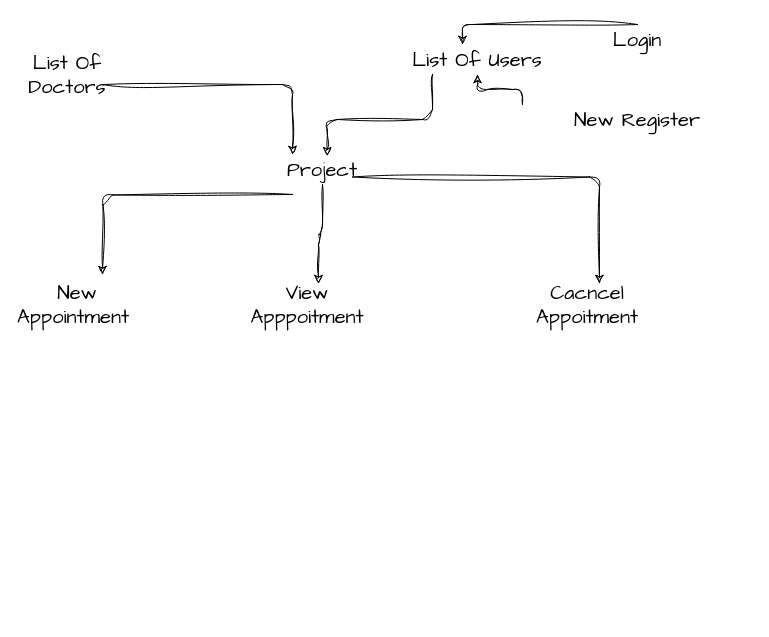
Before: idea.drawio in harshsaxena213/City-Hospital, a draw.io diagram. Source tidied: cells renumbered, new cells numbered last; positions are measured from the earlier drawing's top-left corner, leaving out a move shared by most shapes. Both pictures are drawn from the tidied source at 100%, with x=0, y=0 at pixel (32, 24).
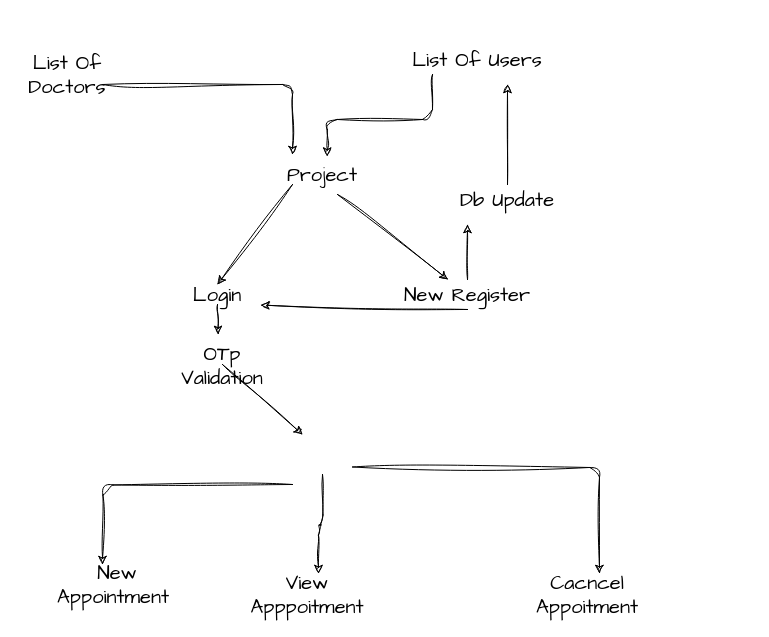
Above is the later version.

Commit message (it also covers changes not shown here):
Otp Validation Functionality Added To Secure The User Login

Unchanged cells that the change refers to:
```xml
<mxCell id="9" value="List Of Users" style="text;strokeColor=none;align=center;fillColor=none;html=1;verticalAlign=middle;whiteSpace=wrap;rounded=0;sketch=1;hachureGap=4;jiggle=2;curveFitting=1;fontFamily=Architects Daughter;fontSize=20;" parent="1" vertex="1">
  <mxGeometry x="330" y="20" width="230" height="30" as="geometry" />
</mxCell>
```

Change to the diagram source:
```diff
@@
     <mxCell id="2" style="edgeStyle=orthogonalEdgeStyle;sketch=1;hachureGap=4;jiggle=2;curveFitting=1;html=1;fontFamily=Architects Daughter;fontSize=16;" parent="1" edge="1">
       <mxGeometry relative="1" as="geometry">
-        <mxPoint x="260" y="170" as="sourcePoint" />
-        <mxPoint x="70" y="250" as="targetPoint" />
+        <mxPoint x="260" y="460" as="sourcePoint" />
+        <mxPoint x="70" y="540" as="targetPoint" />
       </mxGeometry>
     </mxCell>
-    <mxCell id="3" style="edgeStyle=orthogonalEdgeStyle;sketch=1;hachureGap=4;jiggle=2;curveFitting=1;html=1;exitX=0.5;exitY=1;exitDx=0;exitDy=0;entryX=0.657;entryY=-0.025;entryDx=0;entryDy=0;entryPerimeter=0;fontFamily=Architects Daughter;fontSize=16;" parent="1" edge="1" source="5" target="15">
-      <mxGeometry relative="1" as="geometry" />
+    <mxCell id="3" style="edgeStyle=orthogonalEdgeStyle;sketch=1;hachureGap=4;jiggle=2;curveFitting=1;html=1;exitX=0.5;exitY=1;exitDx=0;exitDy=0;entryX=0.657;entryY=-0.025;entryDx=0;entryDy=0;entryPerimeter=0;fontFamily=Architects Daughter;fontSize=16;" parent="1" edge="1" target="15">
+      <mxGeometry relative="1" as="geometry">
+        <mxPoint x="290" y="450" as="sourcePoint" />
+      </mxGeometry>
     </mxCell>
-    <mxCell id="4" style="edgeStyle=orthogonalEdgeStyle;sketch=1;hachureGap=4;jiggle=2;curveFitting=1;html=1;exitX=1;exitY=0.75;exitDx=0;exitDy=0;entryX=0.671;entryY=-0.025;entryDx=0;entryDy=0;entryPerimeter=0;fontFamily=Architects Daughter;fontSize=16;" parent="1" edge="1" source="5" target="16">
-      <mxGeometry relative="1" as="geometry" />
+    <mxCell id="4" style="edgeStyle=orthogonalEdgeStyle;sketch=1;hachureGap=4;jiggle=2;curveFitting=1;html=1;exitX=1;exitY=0.75;exitDx=0;exitDy=0;entryX=0.671;entryY=-0.025;entryDx=0;entryDy=0;entryPerimeter=0;fontFamily=Architects Daughter;fontSize=16;" parent="1" edge="1" target="16">
+      <mxGeometry relative="1" as="geometry">
+        <mxPoint x="320" y="442.5" as="sourcePoint" />
+      </mxGeometry>
     </mxCell>
+    <mxCell id="17" style="edgeStyle=none;sketch=1;hachureGap=4;jiggle=2;curveFitting=1;html=1;exitX=0;exitY=0.75;exitDx=0;exitDy=0;entryX=0.5;entryY=0;entryDx=0;entryDy=0;fontFamily=Architects Daughter;fontSize=16;" parent="1" edge="1" source="5" target="11">
+      <mxGeometry relative="1" as="geometry" />
+    </mxCell>
+    <mxCell id="18" style="edgeStyle=none;sketch=1;hachureGap=4;jiggle=2;curveFitting=1;html=1;exitX=0.75;exitY=1;exitDx=0;exitDy=0;fontFamily=Architects Daughter;fontSize=16;" parent="1" edge="1" source="5" target="13">
+      <mxGeometry relative="1" as="geometry" />
+    </mxCell>
     <mxCell id="5" value="Project" style="text;strokeColor=none;align=center;fillColor=none;html=1;verticalAlign=middle;whiteSpace=wrap;rounded=0;sketch=1;hachureGap=4;jiggle=2;curveFitting=1;fontFamily=Architects Daughter;fontSize=20;" parent="1" vertex="1">
-      <mxGeometry x="260" y="130" width="60" height="30" as="geometry" />
+      <mxGeometry x="260" y="130" width="60" height="40" as="geometry" />
     </mxCell>
@@
-    <mxCell id="10" style="edgeStyle=orthogonalEdgeStyle;sketch=1;hachureGap=4;jiggle=2;curveFitting=1;html=1;exitX=0.5;exitY=0;exitDx=0;exitDy=0;fontFamily=Architects Daughter;fontSize=16;" parent="1" edge="1" source="11" target="9">
-      <mxGeometry relative="1" as="geometry">
-        <Array as="points">
-          <mxPoint x="430" />
-        </Array>
-      </mxGeometry>
-    </mxCell>
+    <mxCell id="19" style="edgeStyle=none;sketch=1;hachureGap=4;jiggle=2;curveFitting=1;html=1;exitX=0.5;exitY=1;exitDx=0;exitDy=0;fontFamily=Architects Daughter;fontSize=16;" parent="1" edge="1" source="11">
+      <mxGeometry relative="1" as="geometry">
+        <mxPoint x="185.7" y="310" as="targetPoint" />
+      </mxGeometry>
+    </mxCell>
     <mxCell id="11" value="Login" style="text;strokeColor=none;align=center;fillColor=none;html=1;verticalAlign=middle;whiteSpace=wrap;rounded=0;sketch=1;hachureGap=4;jiggle=2;curveFitting=1;fontFamily=Architects Daughter;fontSize=20;" parent="1" vertex="1">
-      <mxGeometry x="490" width="230" height="30" as="geometry" />
+      <mxGeometry x="120" y="260" width="130" height="20" as="geometry" />
     </mxCell>
-    <mxCell id="12" style="edgeStyle=orthogonalEdgeStyle;sketch=1;hachureGap=4;jiggle=2;curveFitting=1;html=1;exitX=0;exitY=0;exitDx=0;exitDy=0;fontFamily=Architects Daughter;fontSize=16;" parent="1" edge="1" source="13" target="9">
-      <mxGeometry relative="1" as="geometry" />
-    </mxCell>
+    <mxCell id="20" style="edgeStyle=none;sketch=1;hachureGap=4;jiggle=2;curveFitting=1;html=1;exitX=0.5;exitY=1;exitDx=0;exitDy=0;entryX=0.833;entryY=1.033;entryDx=0;entryDy=0;entryPerimeter=0;fontFamily=Architects Daughter;fontSize=16;" parent="1" edge="1" source="13" target="11">
+      <mxGeometry relative="1" as="geometry" />
+    </mxCell>
+    <mxCell id="21" style="edgeStyle=none;sketch=1;hachureGap=4;jiggle=2;curveFitting=1;html=1;exitX=0.5;exitY=0;exitDx=0;exitDy=0;fontFamily=Architects Daughter;fontSize=16;" parent="1" edge="1" source="13">
+      <mxGeometry relative="1" as="geometry">
+        <mxPoint x="435" y="200" as="targetPoint" />
+      </mxGeometry>
+    </mxCell>
     <mxCell id="13" value="New Register" style="text;strokeColor=none;align=center;fillColor=none;html=1;verticalAlign=middle;whiteSpace=wrap;rounded=0;sketch=1;hachureGap=4;jiggle=2;curveFitting=1;fontFamily=Architects Daughter;fontSize=20;" parent="1" vertex="1">
-      <mxGeometry x="490" y="80" width="230" height="30" as="geometry" />
+      <mxGeometry x="320" y="255" width="230" height="30" as="geometry" />
     </mxCell>
     <mxCell id="14" value="New Appointment&amp;nbsp;" style="text;strokeColor=none;align=center;fillColor=none;html=1;verticalAlign=middle;whiteSpace=wrap;rounded=0;sketch=1;hachureGap=4;jiggle=2;curveFitting=1;fontFamily=Architects Daughter;fontSize=20;" parent="1" vertex="1">
-      <mxGeometry x="10" y="260" width="70" height="40" as="geometry" />
+      <mxGeometry x="50" y="540" width="70" height="40" as="geometry" />
     </mxCell>
     <mxCell id="15" value="View Apppoitment" style="text;strokeColor=none;align=center;fillColor=none;html=1;verticalAlign=middle;whiteSpace=wrap;rounded=0;sketch=1;hachureGap=4;jiggle=2;curveFitting=1;fontFamily=Architects Daughter;fontSize=20;" parent="1" vertex="1">
-      <mxGeometry x="240" y="260" width="70" height="40" as="geometry" />
+      <mxGeometry x="240" y="550" width="70" height="40" as="geometry" />
     </mxCell>
     <mxCell id="16" value="Cacncel Appoitment" style="text;strokeColor=none;align=center;fillColor=none;html=1;verticalAlign=middle;whiteSpace=wrap;rounded=0;sketch=1;hachureGap=4;jiggle=2;curveFitting=1;fontFamily=Architects Daughter;fontSize=20;" parent="1" vertex="1">
-      <mxGeometry x="520" y="260" width="70" height="40" as="geometry" />
+      <mxGeometry x="520" y="550" width="70" height="40" as="geometry" />
     </mxCell>
+    <mxCell id="22" style="edgeStyle=none;sketch=1;hachureGap=4;jiggle=2;curveFitting=1;html=1;exitX=0;exitY=0;exitDx=0;exitDy=0;fontFamily=Architects Daughter;fontSize=16;" parent="1" edge="1" source="23">
+      <mxGeometry relative="1" as="geometry">
+        <mxPoint x="270" y="410" as="targetPoint" />
+      </mxGeometry>
+    </mxCell>
+    <mxCell id="23" value="OTp Validation" style="text;strokeColor=none;align=center;fillColor=none;html=1;verticalAlign=middle;whiteSpace=wrap;rounded=0;sketch=1;hachureGap=4;jiggle=2;curveFitting=1;fontFamily=Architects Daughter;fontSize=20;" parent="1" vertex="1">
+      <mxGeometry x="150" y="340" width="80" as="geometry" />
+    </mxCell>
+    <mxCell id="24" style="edgeStyle=none;sketch=1;hachureGap=4;jiggle=2;curveFitting=1;html=1;exitX=0.5;exitY=0;exitDx=0;exitDy=0;fontFamily=Architects Daughter;fontSize=16;" parent="1" edge="1" source="25">
+      <mxGeometry relative="1" as="geometry">
+        <mxPoint x="475" y="60" as="targetPoint" />
+      </mxGeometry>
+    </mxCell>
+    <mxCell id="25" value="Db Update" style="text;strokeColor=none;align=center;fillColor=none;html=1;verticalAlign=middle;whiteSpace=wrap;rounded=0;sketch=1;hachureGap=4;jiggle=2;curveFitting=1;fontFamily=Architects Daughter;fontSize=20;" parent="1" vertex="1">
+      <mxGeometry x="360" y="160" width="230" height="30" as="geometry" />
+    </mxCell>
```
